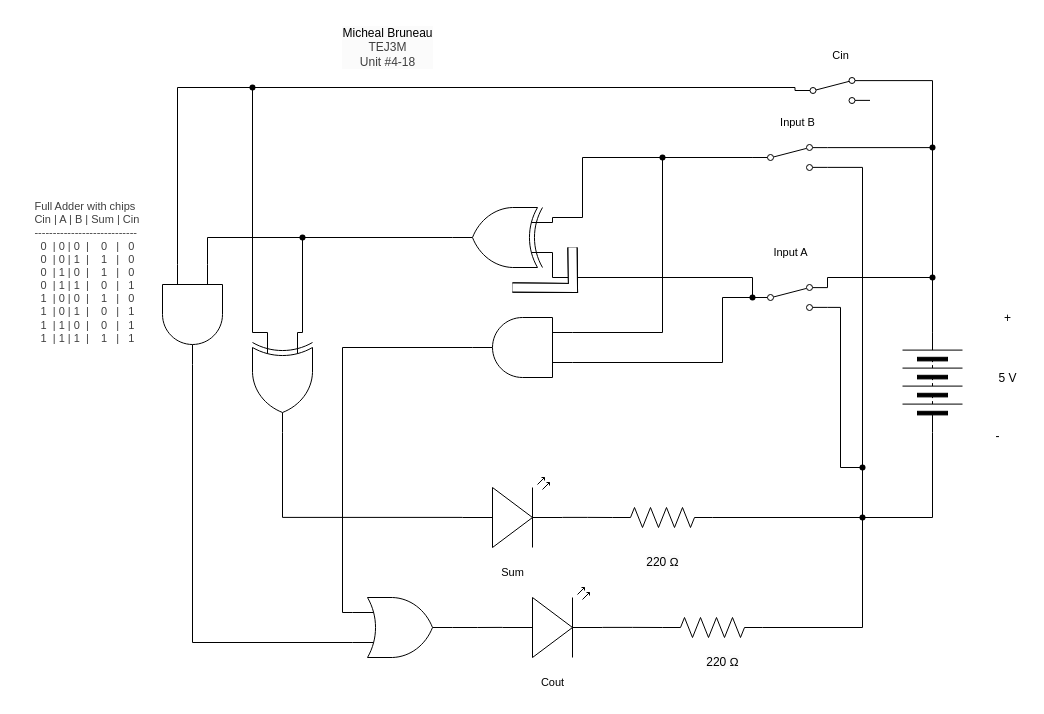
michael-bruneau/TEJ3M-Unit-4 keeps this draw.io diagram as TEJ3M 4-18/schematic_diagram.drawio. Above is the earlier version. Source tidied: cells renumbered, new cells numbered last; positions are measured from the earlier drawing's top-left corner, leaving out a move shared by most shapes. Both pictures are drawn from the tidied source at 100%, with x=0, y=0 at pixel (22, 17).
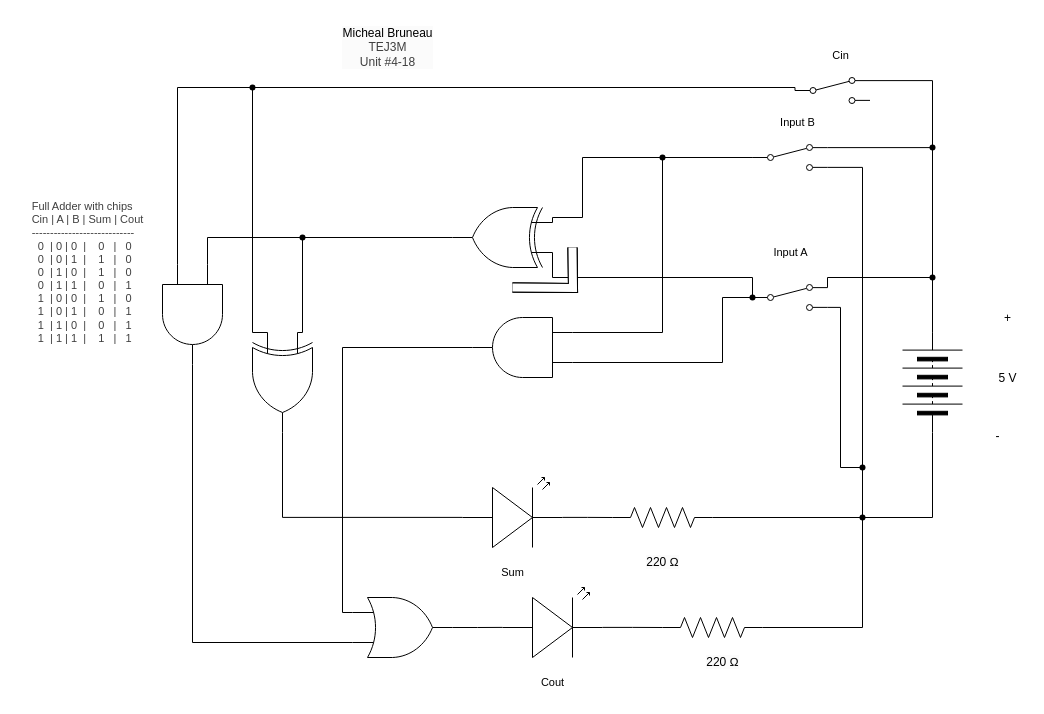
The same page after the edit.

Diff of the diagram source:
```diff
@@
-    <mxCell id="3" value="&lt;div style=&quot;scrollbar-color: rgb(226, 226, 226) rgb(251, 251, 251); font-size: 11px; text-align: left; color: rgb(63, 63, 63);&quot;&gt;&lt;span style=&quot;background-color: rgb(255, 255, 255);&quot;&gt;Full Adder with chips&lt;/span&gt;&lt;/div&gt;&lt;div style=&quot;scrollbar-color: rgb(226, 226, 226) rgb(251, 251, 251); font-size: 11px; text-align: left; color: rgb(63, 63, 63);&quot;&gt;&lt;span style=&quot;color: light-dark(rgb(63, 63, 63), rgb(183, 183, 183));&quot;&gt;Cin | A | B | Sum | Cin&lt;/span&gt;&lt;/div&gt;&lt;div style=&quot;color: rgb(63, 63, 63); scrollbar-color: rgb(226, 226, 226) rgb(251, 251, 251); font-size: 11px; text-align: left;&quot;&gt;----------------------------&lt;/div&gt;&lt;div style=&quot;color: rgb(63, 63, 63); scrollbar-color: rgb(226, 226, 226) rgb(251, 251, 251); font-size: 11px; text-align: left;&quot;&gt;&amp;nbsp; 0&amp;nbsp; | 0 | 0&amp;nbsp; |&amp;nbsp; &amp;nbsp; 0&amp;nbsp; &amp;nbsp;|&amp;nbsp; &amp;nbsp;0&lt;/div&gt;&lt;div style=&quot;color: rgb(63, 63, 63); scrollbar-color: rgb(226, 226, 226) rgb(251, 251, 251); font-size: 11px; text-align: left;&quot;&gt;&amp;nbsp; 0&amp;nbsp; | 0 | 1&amp;nbsp; |&amp;nbsp; &amp;nbsp; 1&amp;nbsp; &amp;nbsp;|&amp;nbsp; &amp;nbsp;0&lt;/div&gt;&lt;div style=&quot;color: rgb(63, 63, 63); scrollbar-color: rgb(226, 226, 226) rgb(251, 251, 251); font-size: 11px; text-align: left;&quot;&gt;&amp;nbsp; 0&amp;nbsp; | 1 | 0&amp;nbsp; |&amp;nbsp; &amp;nbsp; 1&amp;nbsp; &amp;nbsp;|&amp;nbsp; &amp;nbsp;0&lt;/div&gt;&lt;div style=&quot;color: rgb(63, 63, 63); scrollbar-color: rgb(226, 226, 226) rgb(251, 251, 251); font-size: 11px; text-align: left;&quot;&gt;&amp;nbsp; 0&amp;nbsp; | 1 | 1&amp;nbsp; |&amp;nbsp; &amp;nbsp; 0&amp;nbsp; &amp;nbsp;|&amp;nbsp; &amp;nbsp;1&lt;/div&gt;&lt;div style=&quot;color: rgb(63, 63, 63); scrollbar-color: rgb(226, 226, 226) rgb(251, 251, 251); font-size: 11px; text-align: left;&quot;&gt;&amp;nbsp; 1&amp;nbsp; | 0 | 0&amp;nbsp; |&amp;nbsp; &amp;nbsp; 1&amp;nbsp; &amp;nbsp;|&amp;nbsp; &amp;nbsp;0&lt;/div&gt;&lt;div style=&quot;color: rgb(63, 63, 63); scrollbar-color: rgb(226, 226, 226) rgb(251, 251, 251); font-size: 11px; text-align: left;&quot;&gt;&amp;nbsp; 1&amp;nbsp; | 0 | 1&amp;nbsp; |&amp;nbsp; &amp;nbsp; 0&amp;nbsp; &amp;nbsp;|&amp;nbsp; &amp;nbsp;1&lt;/div&gt;&lt;div style=&quot;color: rgb(63, 63, 63); scrollbar-color: rgb(226, 226, 226) rgb(251, 251, 251); font-size: 11px; text-align: left;&quot;&gt;&amp;nbsp; 1&amp;nbsp; | 1 | 0&amp;nbsp; |&amp;nbsp; &amp;nbsp; 0&amp;nbsp; &amp;nbsp;|&amp;nbsp; &amp;nbsp;1&lt;/div&gt;&lt;div style=&quot;color: rgb(63, 63, 63); scrollbar-color: rgb(226, 226, 226) rgb(251, 251, 251); font-size: 11px; text-align: left;&quot;&gt;&amp;nbsp; 1&amp;nbsp; | 1 | 1&amp;nbsp; |&amp;nbsp; &amp;nbsp; 1&amp;nbsp; &amp;nbsp;|&amp;nbsp; &amp;nbsp;1&amp;nbsp;&amp;nbsp;&lt;/div&gt;" style="text;html=1;align=center;verticalAlign=middle;strokeColor=none;fillColor=none;" parent="1" vertex="1">
-      <mxGeometry y="175" width="130" height="160" as="geometry" />
+    <mxCell id="3" value="&lt;div style=&quot;scrollbar-color: rgb(226, 226, 226) rgb(251, 251, 251); font-size: 11px; text-align: left; color: rgb(63, 63, 63);&quot;&gt;&lt;span style=&quot;background-color: rgb(255, 255, 255);&quot;&gt;Full Adder with chips&lt;/span&gt;&lt;/div&gt;&lt;div style=&quot;scrollbar-color: rgb(226, 226, 226) rgb(251, 251, 251); font-size: 11px; text-align: left; color: rgb(63, 63, 63);&quot;&gt;&lt;span style=&quot;color: light-dark(rgb(63, 63, 63), rgb(183, 183, 183));&quot;&gt;Cin | A | B | Sum | Cout&lt;/span&gt;&lt;/div&gt;&lt;div style=&quot;color: rgb(63, 63, 63); scrollbar-color: rgb(226, 226, 226) rgb(251, 251, 251); font-size: 11px; text-align: left;&quot;&gt;----------------------------&lt;/div&gt;&lt;div style=&quot;color: rgb(63, 63, 63); scrollbar-color: rgb(226, 226, 226) rgb(251, 251, 251); font-size: 11px; text-align: left;&quot;&gt;&amp;nbsp; 0&amp;nbsp; | 0 | 0&amp;nbsp; |&amp;nbsp; &amp;nbsp; 0&amp;nbsp; &amp;nbsp;|&amp;nbsp; &amp;nbsp;0&lt;/div&gt;&lt;div style=&quot;color: rgb(63, 63, 63); scrollbar-color: rgb(226, 226, 226) rgb(251, 251, 251); font-size: 11px; text-align: left;&quot;&gt;&amp;nbsp; 0&amp;nbsp; | 0 | 1&amp;nbsp; |&amp;nbsp; &amp;nbsp; 1&amp;nbsp; &amp;nbsp;|&amp;nbsp; &amp;nbsp;0&lt;/div&gt;&lt;div style=&quot;color: rgb(63, 63, 63); scrollbar-color: rgb(226, 226, 226) rgb(251, 251, 251); font-size: 11px; text-align: left;&quot;&gt;&amp;nbsp; 0&amp;nbsp; | 1 | 0&amp;nbsp; |&amp;nbsp; &amp;nbsp; 1&amp;nbsp; &amp;nbsp;|&amp;nbsp; &amp;nbsp;0&lt;/div&gt;&lt;div style=&quot;color: rgb(63, 63, 63); scrollbar-color: rgb(226, 226, 226) rgb(251, 251, 251); font-size: 11px; text-align: left;&quot;&gt;&amp;nbsp; 0&amp;nbsp; | 1 | 1&amp;nbsp; |&amp;nbsp; &amp;nbsp; 0&amp;nbsp; &amp;nbsp;|&amp;nbsp; &amp;nbsp;1&lt;/div&gt;&lt;div style=&quot;color: rgb(63, 63, 63); scrollbar-color: rgb(226, 226, 226) rgb(251, 251, 251); font-size: 11px; text-align: left;&quot;&gt;&amp;nbsp; 1&amp;nbsp; | 0 | 0&amp;nbsp; |&amp;nbsp; &amp;nbsp; 1&amp;nbsp; &amp;nbsp;|&amp;nbsp; &amp;nbsp;0&lt;/div&gt;&lt;div style=&quot;color: rgb(63, 63, 63); scrollbar-color: rgb(226, 226, 226) rgb(251, 251, 251); font-size: 11px; text-align: left;&quot;&gt;&amp;nbsp; 1&amp;nbsp; | 0 | 1&amp;nbsp; |&amp;nbsp; &amp;nbsp; 0&amp;nbsp; &amp;nbsp;|&amp;nbsp; &amp;nbsp;1&lt;/div&gt;&lt;div style=&quot;color: rgb(63, 63, 63); scrollbar-color: rgb(226, 226, 226) rgb(251, 251, 251); font-size: 11px; text-align: left;&quot;&gt;&amp;nbsp; 1&amp;nbsp; | 1 | 0&amp;nbsp; |&amp;nbsp; &amp;nbsp; 0&amp;nbsp; &amp;nbsp;|&amp;nbsp; &amp;nbsp;1&lt;/div&gt;&lt;div style=&quot;color: rgb(63, 63, 63); scrollbar-color: rgb(226, 226, 226) rgb(251, 251, 251); font-size: 11px; text-align: left;&quot;&gt;&amp;nbsp; 1&amp;nbsp; | 1 | 1&amp;nbsp; |&amp;nbsp; &amp;nbsp; 1&amp;nbsp; &amp;nbsp;|&amp;nbsp; &amp;nbsp;1&amp;nbsp;&amp;nbsp;&lt;/div&gt;" style="text;html=1;align=center;verticalAlign=middle;strokeColor=none;fillColor=none;" parent="1" vertex="1">
+      <mxGeometry x="-5" y="175" width="140" height="160" as="geometry" />
     </mxCell>
```
